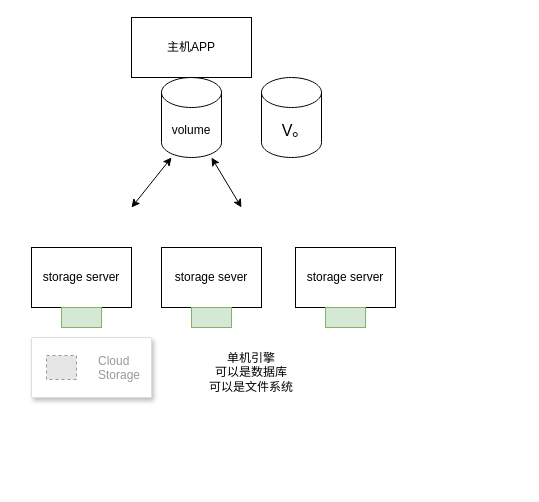
koka-go/blogs keeps this draw.io diagram as 存储之路.drawio. Above is the earlier version. Source tidied: cells renumbered, new cells numbered last; positions are measured from the earlier drawing's top-left corner, leaving out a move shared by most shapes. Both pictures are drawn from the tidied source at 100%, with x=0, y=0 at pixel (31, 17). Pictures stored in the file or linked from it are replaced by grey dashed boxes.
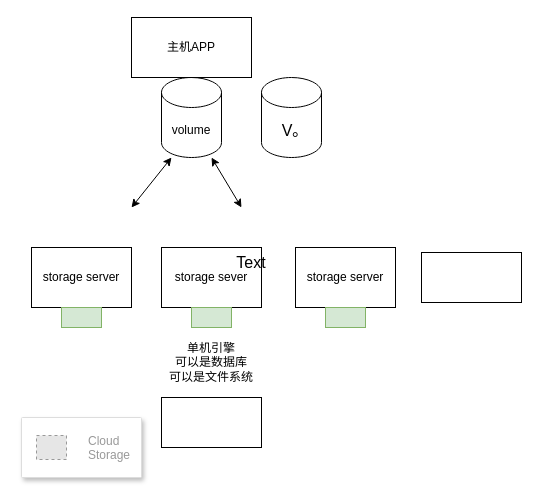
Above is the later version.

Commit message:
更新存储之路.drawio

What changed in the source:
```diff
@@
     <mxCell id="12" style="strokeColor=#dddddd;shadow=1;strokeWidth=1;rounded=1;absoluteArcSize=1;arcSize=2;" parent="1" vertex="1">
-      <mxGeometry y="320" width="120" height="60" as="geometry" />
+      <mxGeometry x="-10" y="400" width="120" height="60" as="geometry" />
     </mxCell>
@@
     <mxCell id="14" value="单机引擎&lt;br&gt;可以是数据库&lt;br&gt;可以是文件系统" style="text;html=1;strokeColor=none;fillColor=none;align=center;verticalAlign=middle;whiteSpace=wrap;rounded=0;" parent="1" vertex="1">
-      <mxGeometry x="120" y="340" width="200" height="30" as="geometry" />
+      <mxGeometry x="80" y="330" width="200" height="30" as="geometry" />
     </mxCell>
@@
+    <mxCell id="16" value="Text" style="text;strokeColor=none;fillColor=none;html=1;align=center;verticalAlign=middle;whiteSpace=wrap;rounded=0;fontSize=16;" parent="1" vertex="1">
+      <mxGeometry x="190" y="230" width="60" height="30" as="geometry" />
+    </mxCell>
+    <mxCell id="17" style="rounded=0;whiteSpace=wrap;html=1;" parent="1" vertex="1">
+      <mxGeometry x="130" y="380" width="100" height="50" as="geometry" />
+    </mxCell>
+    <mxCell id="18" style="whiteSpace=wrap;html=1;" parent="1" vertex="1">
+      <mxGeometry x="390" y="235" width="100" height="50" as="geometry" />
+    </mxCell>
```
